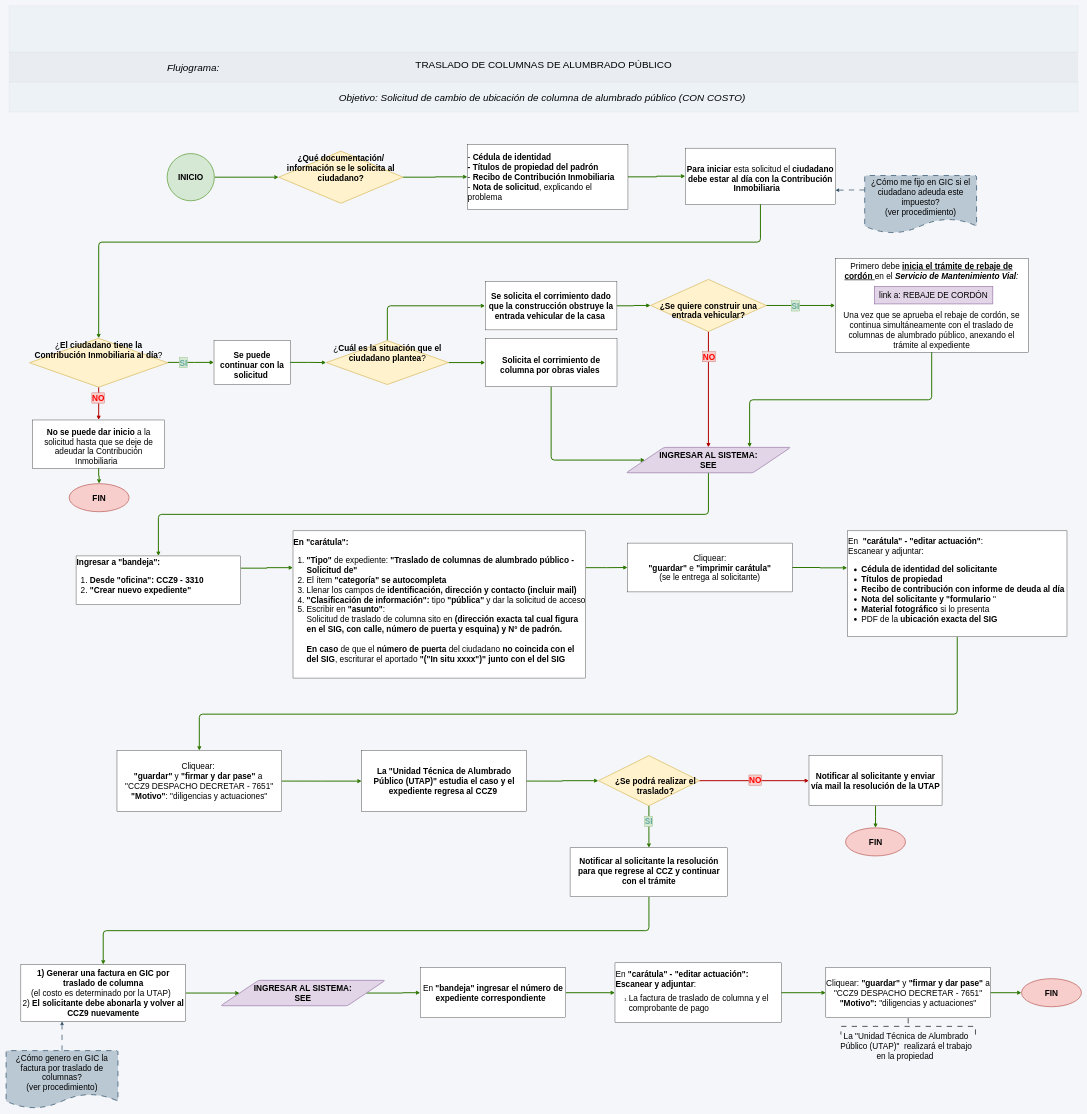
This is page "Traslado de columnas" (1 of 4) of Traslado_de_columnas/Traslado de columnas.drawio from adlc20/Manual_de_procedimientos_ccz9, a draw.io file, before an edit. Source tidied: cells renumbered, new cells numbered last; positions are measured from the earlier drawing's top-left corner, leaving out a move shared by most shapes. Both pictures are drawn from the tidied source at 33%, with x=0, y=0 at pixel (6, 6).
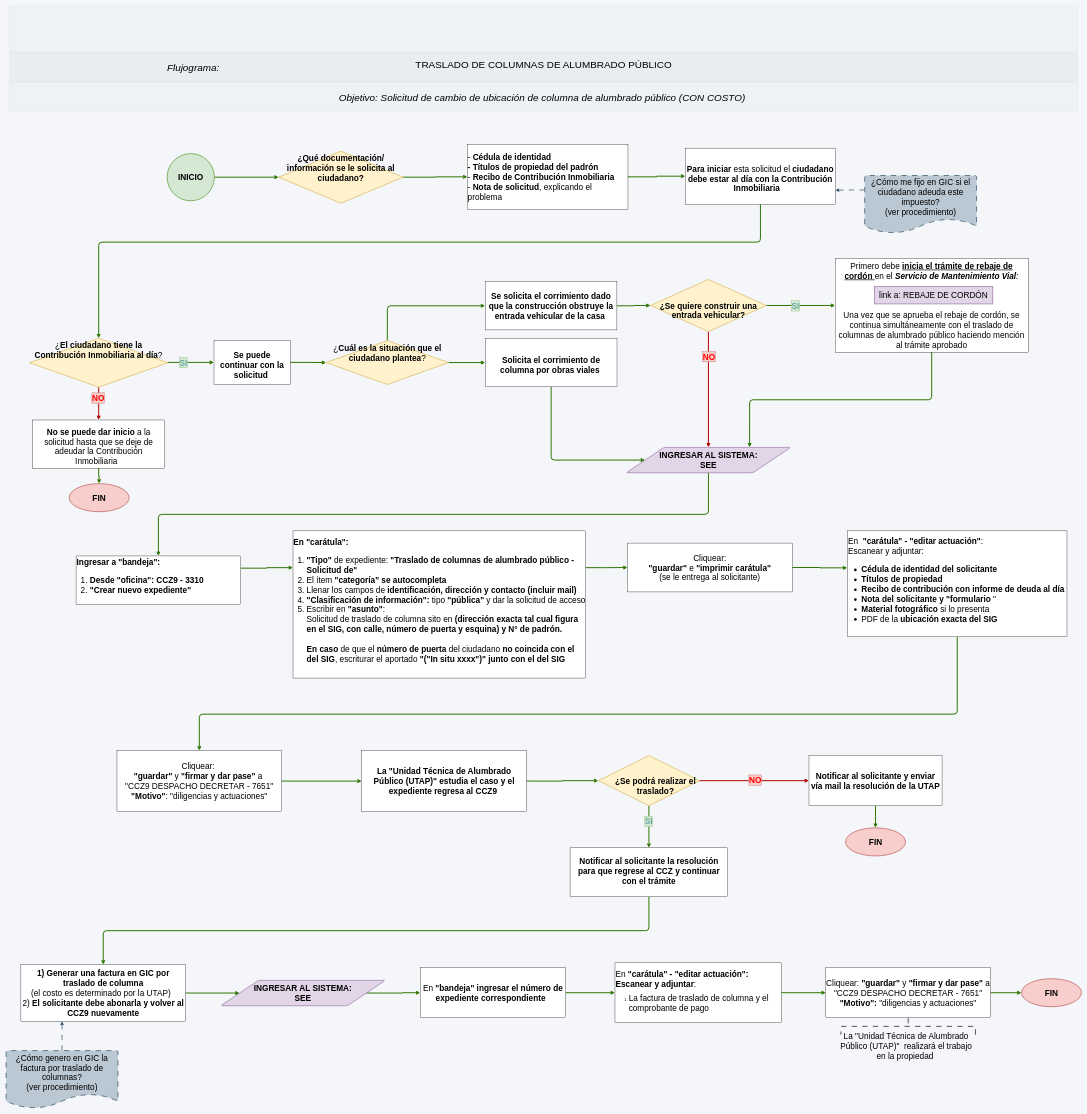
Above is the later version.

What changed in the source:
```diff
@@
-    <mxCell id="15" value="&lt;div style=&quot;&quot;&gt;&lt;span style=&quot;font-size: 25px;&quot;&gt;Primero debe&amp;nbsp;&lt;b style=&quot;text-decoration-line: underline;&quot;&gt;inicia el trámite de rebaje de cordón &lt;/b&gt;en el&lt;b&gt; &lt;/b&gt;&lt;i style=&quot;&quot;&gt;&lt;b&gt;Servicio de Mantenimiento Vial&lt;/b&gt;:&lt;/i&gt;&lt;/span&gt;&lt;/div&gt;&lt;div style=&quot;&quot;&gt;&lt;span style=&quot;font-size: 25px;&quot;&gt;&lt;i style=&quot;&quot;&gt;&lt;br&gt;&lt;/i&gt;&lt;/span&gt;&lt;/div&gt;&lt;div style=&quot;&quot;&gt;&lt;span style=&quot;font-size: 25px;&quot;&gt;&lt;i style=&quot;&quot;&gt;&lt;br&gt;&lt;/i&gt;&lt;/span&gt;&lt;/div&gt;&lt;div style=&quot;&quot;&gt;&lt;i style=&quot;font-size: 25px; background-color: transparent; color: light-dark(rgb(0, 0, 0), rgb(255, 255, 255));&quot;&gt;&lt;br&gt;&lt;/i&gt;&lt;/div&gt;&lt;div style=&quot;&quot;&gt;&lt;span style=&quot;font-size: 25px; background-color: transparent; color: light-dark(rgb(0, 0, 0), rgb(255, 255, 255));&quot;&gt;Una vez que se aprueba el rebaje de cordón, se continua simultáneamente con el traslado de columnas de alumbrado público, anexando el trámite al expediente&lt;/span&gt;&lt;/div&gt;" style="rounded=0;whiteSpace=wrap;html=1;align=center;verticalAlign=top;" parent="1" vertex="1">
+    <mxCell id="15" value="&lt;div style=&quot;&quot;&gt;&lt;span style=&quot;font-size: 25px;&quot;&gt;Primero debe&amp;nbsp;&lt;b style=&quot;text-decoration-line: underline;&quot;&gt;inicia el trámite de rebaje de cordón &lt;/b&gt;en el&lt;b&gt; &lt;/b&gt;&lt;i style=&quot;&quot;&gt;&lt;b&gt;Servicio de Mantenimiento Vial&lt;/b&gt;:&lt;/i&gt;&lt;/span&gt;&lt;/div&gt;&lt;div style=&quot;&quot;&gt;&lt;span style=&quot;font-size: 25px;&quot;&gt;&lt;i style=&quot;&quot;&gt;&lt;br&gt;&lt;/i&gt;&lt;/span&gt;&lt;/div&gt;&lt;div style=&quot;&quot;&gt;&lt;span style=&quot;font-size: 25px;&quot;&gt;&lt;i style=&quot;&quot;&gt;&lt;br&gt;&lt;/i&gt;&lt;/span&gt;&lt;/div&gt;&lt;div style=&quot;&quot;&gt;&lt;i style=&quot;font-size: 25px; background-color: transparent; color: light-dark(rgb(0, 0, 0), rgb(255, 255, 255));&quot;&gt;&lt;br&gt;&lt;/i&gt;&lt;/div&gt;&lt;div style=&quot;&quot;&gt;&lt;span style=&quot;font-size: 25px; background-color: transparent; color: light-dark(rgb(0, 0, 0), rgb(255, 255, 255));&quot;&gt;Una vez que se aprueba el rebaje de cordón, se continua simultáneamente con el traslado de columnas de alumbrado público haciendo mención al trámite aprobado&lt;/span&gt;&lt;/div&gt;" style="rounded=0;whiteSpace=wrap;html=1;align=center;verticalAlign=top;" parent="1" vertex="1">
       <mxGeometry x="2512.4" y="766.7" width="584.8" height="283" as="geometry" />
     </mxCell>
```
